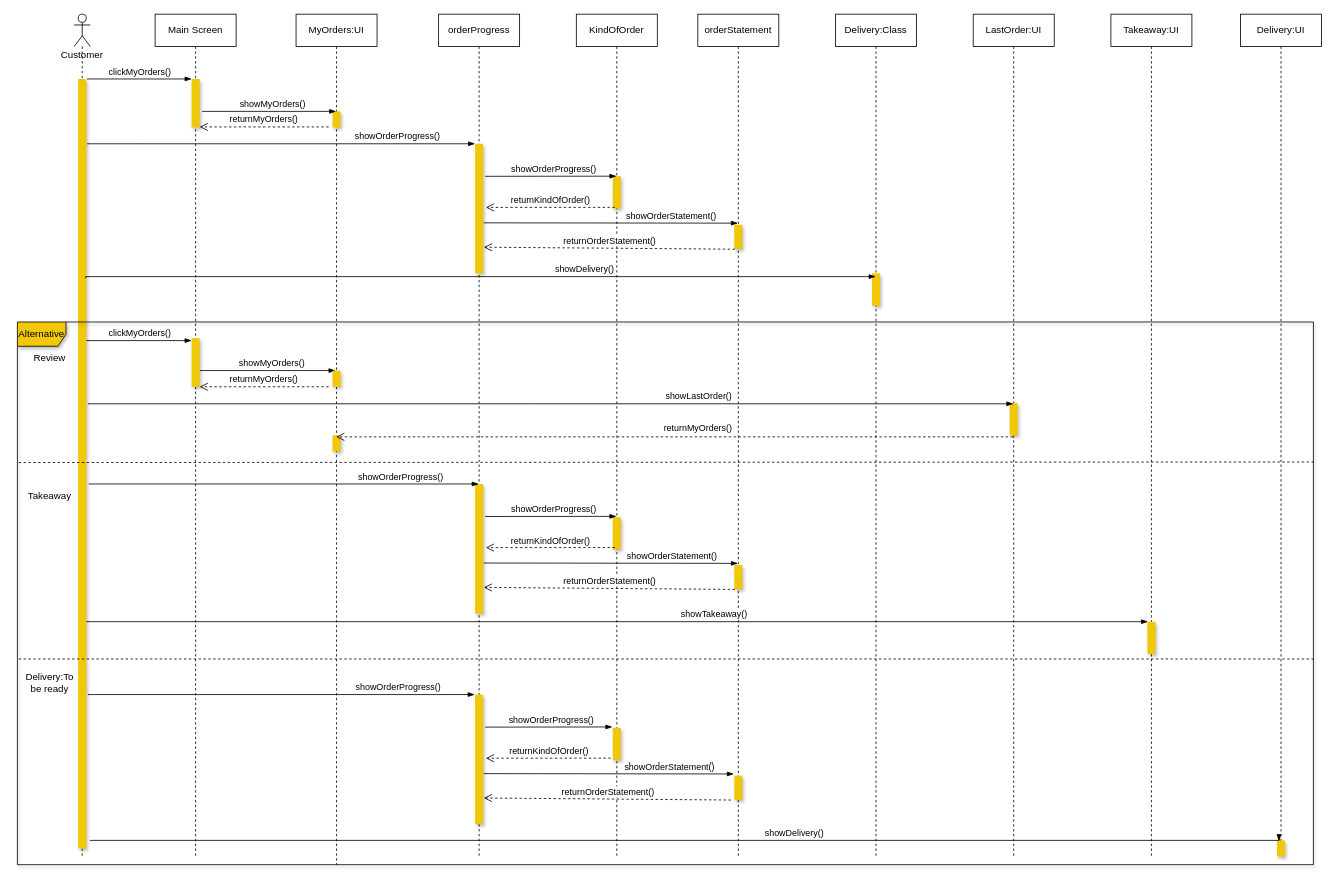
This is docs/contributions/iloudaros/Diagrams/Sequence Diagrams/After_Order_sequence.drawio from iloudaros/nomnomr, a draw.io file, before an edit. Source tidied: cells renumbered, new cells numbered last; positions are measured from the earlier drawing's top-left corner, leaving out a move shared by most shapes. Both pictures are drawn from the tidied source at 81%, with x=0, y=0 at pixel (17, 14).
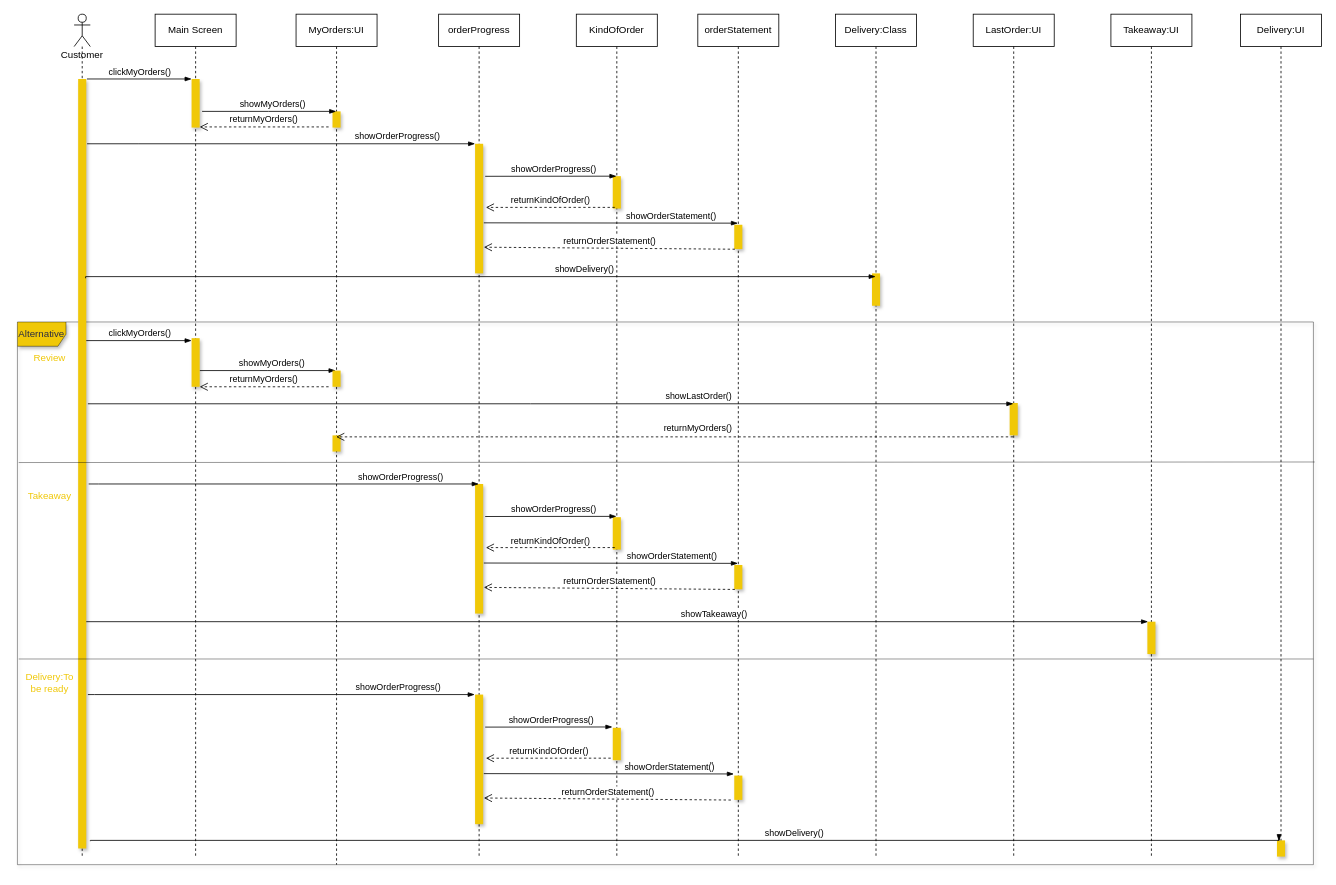
The same page after the edit.

Commit message (it also covers changes not shown here):
My diagrams minor stylistic changes and export

What changed in the source:
```diff
@@
+    <mxCell id="77" value="Alternative" style="shape=umlFrame;whiteSpace=wrap;html=1;shadow=1;fillColor=#F0C808;fontColor=#2B2D42;strokeWidth=0.5;" parent="1" vertex="1">
+      <mxGeometry y="380" width="1600" height="670" as="geometry" />
+    </mxCell>
@@
-    <mxCell id="42" value="Review" style="text;html=1;strokeColor=none;fillColor=none;align=center;verticalAlign=middle;whiteSpace=wrap;rounded=0;shadow=1;" parent="1" vertex="1">
+    <mxCell id="42" value="Review" style="text;html=1;strokeColor=none;fillColor=none;align=center;verticalAlign=middle;whiteSpace=wrap;rounded=0;shadow=1;fontColor=#F0C808;" parent="1" vertex="1">
       <mxGeometry x="10" y="410" width="60" height="30" as="geometry" />
     </mxCell>
@@
-    <mxCell id="51" value="Takeaway" style="text;html=1;strokeColor=none;fillColor=none;align=center;verticalAlign=middle;whiteSpace=wrap;rounded=0;shadow=1;" parent="1" vertex="1">
+    <mxCell id="51" value="Takeaway" style="text;html=1;strokeColor=none;fillColor=none;align=center;verticalAlign=middle;whiteSpace=wrap;rounded=0;shadow=1;fontColor=#F0C808;" parent="1" vertex="1">
       <mxGeometry x="10" y="580" width="60" height="30" as="geometry" />
     </mxCell>
@@
-    <mxCell id="64" value="Delivery:To be ready" style="text;html=1;strokeColor=none;fillColor=none;align=center;verticalAlign=middle;whiteSpace=wrap;rounded=0;shadow=1;" parent="1" vertex="1">
+    <mxCell id="64" value="Delivery:To be ready" style="text;html=1;strokeColor=none;fillColor=none;align=center;verticalAlign=middle;whiteSpace=wrap;rounded=0;shadow=1;fontColor=#F0C808;" parent="1" vertex="1">
       <mxGeometry x="10" y="810" width="60" height="30" as="geometry" />
     </mxCell>
@@
-    <mxCell id="77" value="Alternative" style="shape=umlFrame;whiteSpace=wrap;html=1;shadow=1;fillColor=#F0C808;" parent="1" vertex="1">
-      <mxGeometry y="380" width="1600" height="670" as="geometry" />
-    </mxCell>
-    <mxCell id="78" style="endArrow=none;dashed=1;html=1;rounded=0;exitX=0.001;exitY=0.259;exitDx=0;exitDy=0;exitPerimeter=0;entryX=1.001;entryY=0.258;entryDx=0;entryDy=0;entryPerimeter=0;" parent="1" edge="1" source="77" target="77">
+    <mxCell id="78" style="endArrow=none;html=1;rounded=0;exitX=0.001;exitY=0.259;exitDx=0;exitDy=0;exitPerimeter=0;entryX=1.001;entryY=0.258;entryDx=0;entryDy=0;entryPerimeter=0;fontColor=#2B2D42;strokeWidth=0.5;" parent="1" edge="1" source="77" target="77">
       <mxGeometry relative="1" as="geometry" />
     </mxCell>
-    <mxCell id="79" style="endArrow=none;dashed=1;html=1;rounded=0;exitX=0.001;exitY=0.621;exitDx=0;exitDy=0;exitPerimeter=0;entryX=1;entryY=0.621;entryDx=0;entryDy=0;entryPerimeter=0;" parent="1" edge="1" source="77" target="77">
+    <mxCell id="79" style="endArrow=none;html=1;rounded=0;exitX=0.001;exitY=0.621;exitDx=0;exitDy=0;exitPerimeter=0;entryX=1;entryY=0.621;entryDx=0;entryDy=0;entryPerimeter=0;fontColor=#2B2D42;strokeWidth=0.5;" parent="1" edge="1" source="77" target="77">
       <mxGeometry relative="1" as="geometry" />
     </mxCell>
```
